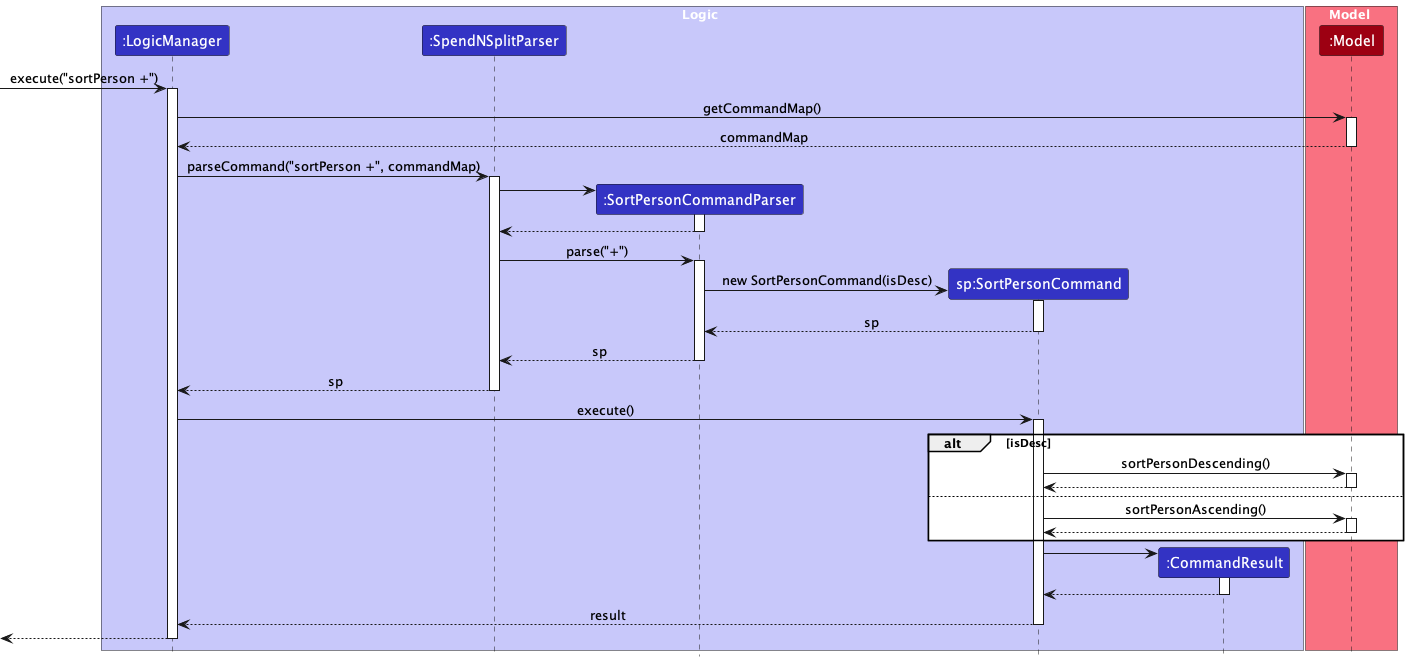
wui-hong/tp keeps this PlantUML diagram as docs/images/SortPersonSequenceDiagram.png. Above is the earlier version.
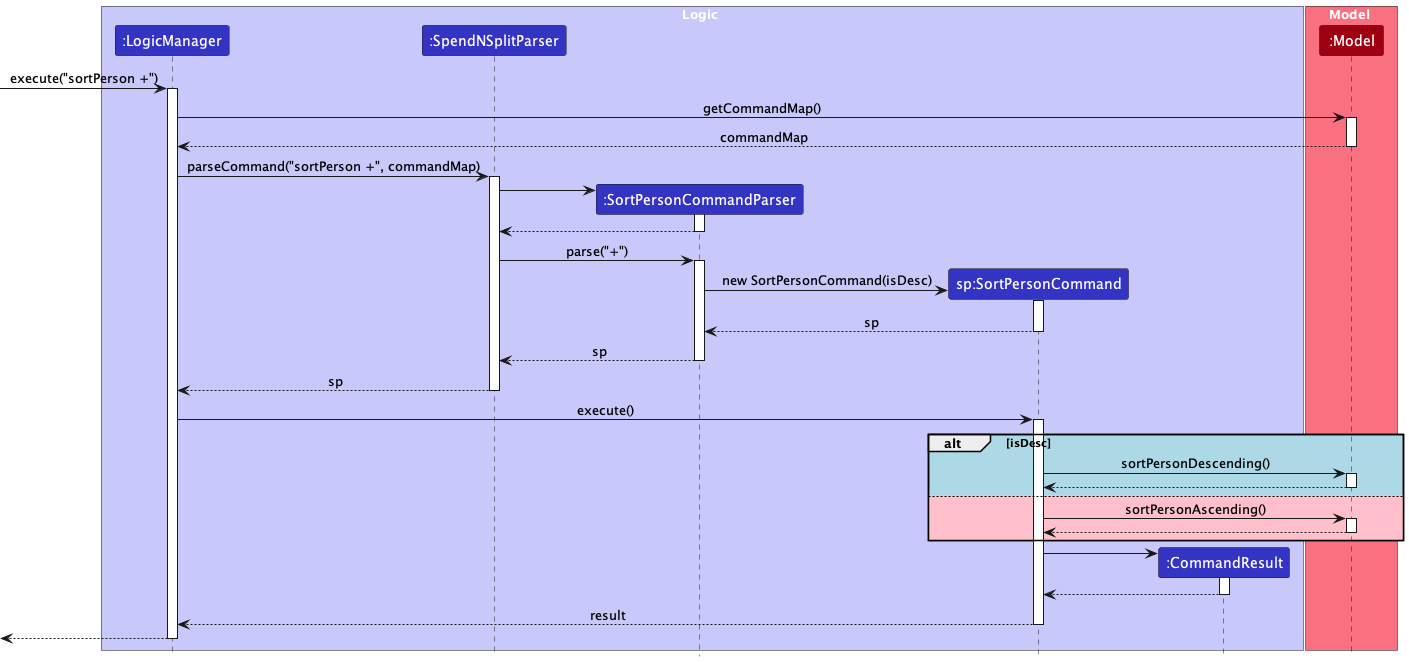
Above is the later version.

Commit message:
Enhance person-related sequence diagrams

The edit, as a diff of the source:
```diff
@@ -51,13 +51,13 @@
 LogicManager -> SortPersonCommand : execute()
 activate SortPersonCommand
 
-alt isDesc
+alt #LightBlue isDesc
     SortPersonCommand -> Model : sortPersonDescending()
     activate Model
 
     Model --> SortPersonCommand
     deactivate Model
-else
+else #Pink
     SortPersonCommand -> Model : sortPersonAscending()
     activate Model
 
```
